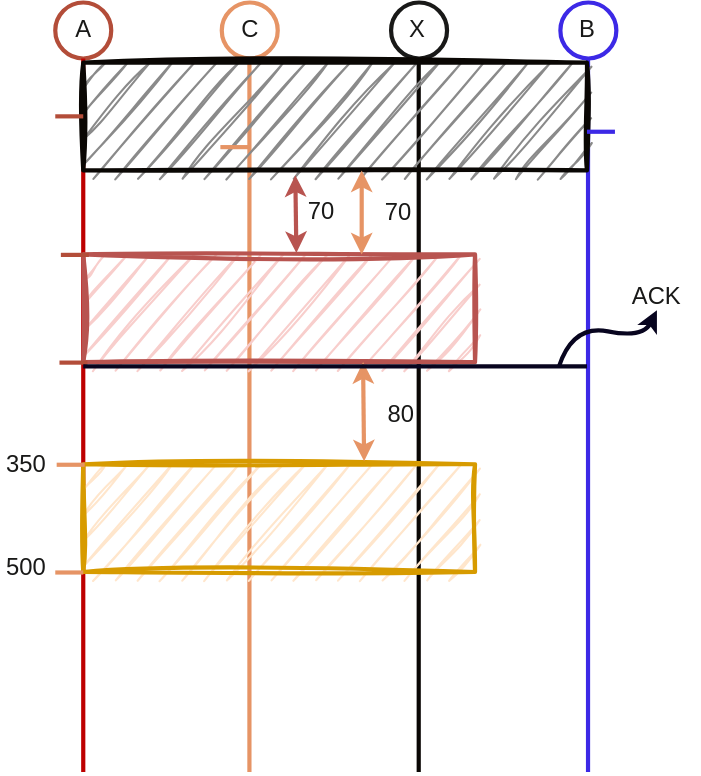
The draw.io diagram content/rc/assets/0005-CSMACAExercisePt5.svg in leic-pt/resumos-leic, before a commit. Source tidied: cells renumbered, new cells last; positions are measured from the earlier drawing's top-left corner, leaving out a move shared by most shapes.
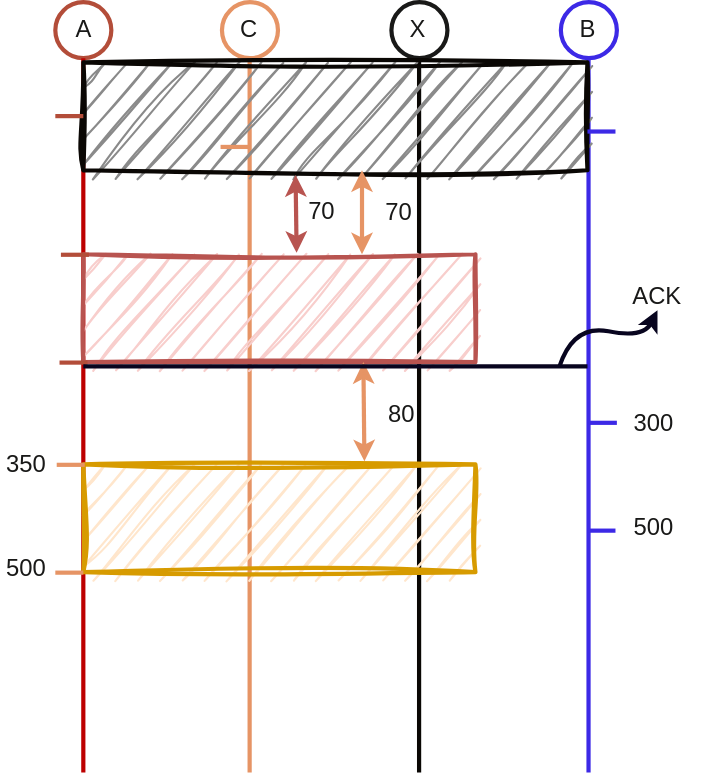
Later version of the same file.

Change to the diagram source:
```diff
@@ -26,50 +26,50 @@
     <mxCell id="9" value="&lt;font style=&quot;font-size: 17px;&quot; color=&quot;#191918&quot;&gt;X&lt;/font&gt;" style="text;html=1;strokeColor=none;fillColor=none;align=center;verticalAlign=middle;whiteSpace=wrap;rounded=0;glass=0;sketch=0;fillStyle=hachure;strokeWidth=3;fontColor=#D7092B;" parent="1" vertex="1">
       <mxGeometry x="282" y="5" width="30" height="30" as="geometry" />
     </mxCell>
-    <mxCell id="10" style="endArrow=none;html=1;rounded=0;strokeColor=#BD0000;strokeWidth=3;fontSize=17;fontColor=#191918;entryX=0.5;entryY=1;entryDx=0;entryDy=0;" parent="1" edge="1" target="4">
-      <mxGeometry relative="1" as="geometry">
-        <mxPoint x="58" y="550" as="sourcePoint" />
-      </mxGeometry>
-    </mxCell>
-    <mxCell id="11" style="endArrow=none;html=1;rounded=0;strokeColor=#E69465;strokeWidth=3;fontSize=17;fontColor=#191918;entryX=0.5;entryY=1;entryDx=0;entryDy=0;" parent="1" edge="1">
-      <mxGeometry relative="1" as="geometry">
-        <mxPoint x="176.8" y="550" as="sourcePoint" />
-        <mxPoint x="176.8" y="40" as="targetPoint" />
-      </mxGeometry>
-    </mxCell>
-    <mxCell id="12" style="endArrow=none;html=1;rounded=0;strokeColor=#0A0704;strokeWidth=3;fontSize=17;fontColor=#191918;entryX=0.5;entryY=1;entryDx=0;entryDy=0;" parent="1" edge="1">
-      <mxGeometry relative="1" as="geometry">
-        <mxPoint x="297.8" y="550" as="sourcePoint" />
-        <mxPoint x="297.8" y="40" as="targetPoint" />
-      </mxGeometry>
-    </mxCell>
-    <mxCell id="13" style="endArrow=none;html=1;rounded=0;strokeColor=#3C29E6;strokeWidth=3;fontSize=17;fontColor=#191918;entryX=0.5;entryY=1;entryDx=0;entryDy=0;" parent="1" edge="1">
-      <mxGeometry relative="1" as="geometry">
-        <mxPoint x="418.8" y="550" as="sourcePoint" />
-        <mxPoint x="418.8" y="40" as="targetPoint" />
-      </mxGeometry>
-    </mxCell>
+    <mxCell id="35" style="endArrow=none;html=1;rounded=0;strokeColor=#BD0000;strokeWidth=3;fontSize=17;fontColor=#191918;entryX=0.5;entryY=1;entryDx=0;entryDy=0;" parent="1" edge="1" target="4">
+      <mxGeometry relative="1" as="geometry">
+        <mxPoint x="58" y="550" as="sourcePoint" />
+      </mxGeometry>
+    </mxCell>
+    <mxCell id="36" style="endArrow=none;html=1;rounded=0;strokeColor=#E69465;strokeWidth=3;fontSize=17;fontColor=#191918;entryX=0.5;entryY=1;entryDx=0;entryDy=0;" parent="1" edge="1">
+      <mxGeometry relative="1" as="geometry">
+        <mxPoint x="176.8" y="550" as="sourcePoint" />
+        <mxPoint x="176.8" y="40" as="targetPoint" />
+      </mxGeometry>
+    </mxCell>
+    <mxCell id="37" style="endArrow=none;html=1;rounded=0;strokeColor=#0A0704;strokeWidth=3;fontSize=17;fontColor=#191918;entryX=0.5;entryY=1;entryDx=0;entryDy=0;" parent="1" edge="1">
+      <mxGeometry relative="1" as="geometry">
+        <mxPoint x="297.8" y="550" as="sourcePoint" />
+        <mxPoint x="297.8" y="40" as="targetPoint" />
+      </mxGeometry>
+    </mxCell>
+    <mxCell id="38" style="endArrow=none;html=1;rounded=0;strokeColor=#3C29E6;strokeWidth=3;fontSize=17;fontColor=#191918;entryX=0.5;entryY=1;entryDx=0;entryDy=0;" parent="1" edge="1">
+      <mxGeometry relative="1" as="geometry">
+        <mxPoint x="418.8" y="550" as="sourcePoint" />
+        <mxPoint x="418.8" y="40" as="targetPoint" />
+      </mxGeometry>
+    </mxCell>
     <mxCell id="14" style="rounded=0;whiteSpace=wrap;html=1;glass=0;sketch=1;fillStyle=hachure;strokeWidth=3;fontSize=17;curveFitting=1;jiggle=2;fillColor=#8A8A8A;strokeColor=#0A0704;" parent="1" vertex="1">
       <mxGeometry x="58" y="43" width="360" height="77" as="geometry" />
     </mxCell>
-    <mxCell id="15" style="endArrow=none;html=1;rounded=0;strokeColor=#B34D39;strokeWidth=3;fontSize=17;fontColor=#191918;" parent="1" edge="1">
-      <mxGeometry relative="1" as="geometry">
-        <mxPoint x="38" y="81.4" as="sourcePoint" />
-        <mxPoint x="58" y="81.4" as="targetPoint" />
-      </mxGeometry>
-    </mxCell>
-    <mxCell id="16" style="endArrow=none;html=1;rounded=0;strokeColor=#3C29E6;strokeWidth=3;fontSize=17;fontColor=#191918;" parent="1" edge="1">
-      <mxGeometry relative="1" as="geometry">
-        <mxPoint x="418" y="92.4" as="sourcePoint" />
-        <mxPoint x="438" y="92.4" as="targetPoint" />
-      </mxGeometry>
-    </mxCell>
-    <mxCell id="17" style="endArrow=none;html=1;rounded=0;strokeColor=#E69465;strokeWidth=3;fontSize=17;fontColor=#191918;" parent="1" edge="1">
-      <mxGeometry relative="1" as="geometry">
-        <mxPoint x="156" y="103.4" as="sourcePoint" />
-        <mxPoint x="176" y="103.4" as="targetPoint" />
-      </mxGeometry>
-    </mxCell>
+    <mxCell id="39" style="endArrow=none;html=1;rounded=0;strokeColor=#B34D39;strokeWidth=3;fontSize=17;fontColor=#191918;" parent="1" edge="1">
+      <mxGeometry relative="1" as="geometry">
+        <mxPoint x="38" y="81.4" as="sourcePoint" />
+        <mxPoint x="58" y="81.4" as="targetPoint" />
+      </mxGeometry>
+    </mxCell>
+    <mxCell id="40" style="endArrow=none;html=1;rounded=0;strokeColor=#3C29E6;strokeWidth=3;fontSize=17;fontColor=#191918;" parent="1" edge="1">
+      <mxGeometry relative="1" as="geometry">
+        <mxPoint x="418" y="92.4" as="sourcePoint" />
+        <mxPoint x="438" y="92.4" as="targetPoint" />
+      </mxGeometry>
+    </mxCell>
+    <mxCell id="41" style="endArrow=none;html=1;rounded=0;strokeColor=#E69465;strokeWidth=3;fontSize=17;fontColor=#191918;" parent="1" edge="1">
+      <mxGeometry relative="1" as="geometry">
+        <mxPoint x="156" y="103.4" as="sourcePoint" />
+        <mxPoint x="176" y="103.4" as="targetPoint" />
+      </mxGeometry>
+    </mxCell>
     <mxCell id="18" value="&lt;font style=&quot;font-size: 17px;&quot; color=&quot;#191918&quot;&gt;70&lt;/font&gt;" style="text;html=1;strokeColor=none;fillColor=none;align=center;verticalAlign=middle;whiteSpace=wrap;rounded=0;glass=0;sketch=0;fillStyle=hachure;strokeWidth=3;fontColor=#D7092B;" parent="1" vertex="1">
       <mxGeometry x="211" y="135" width="35" height="30" as="geometry" />
     </mxCell>
@@ -79,73 +79,91 @@
     <mxCell id="20" style="endArrow=classic;startArrow=classic;html=1;rounded=0;strokeColor=#b85450;strokeWidth=3;fontSize=17;fontColor=#191918;entryX=0.421;entryY=1.045;entryDx=0;entryDy=0;entryPerimeter=0;exitX=0.544;exitY=-0.013;exitDx=0;exitDy=0;exitPerimeter=0;fillColor=#f8cecc;" parent="1" edge="1" source="19" target="14">
       <mxGeometry relative="1" as="geometry" />
     </mxCell>
-    <mxCell id="21" style="endArrow=none;html=1;rounded=0;strokeColor=#B34D39;strokeWidth=3;fontSize=17;fontColor=#191918;" parent="1" edge="1">
-      <mxGeometry relative="1" as="geometry">
-        <mxPoint x="42" y="180.4" as="sourcePoint" />
-        <mxPoint x="62" y="180.4" as="targetPoint" />
-      </mxGeometry>
-    </mxCell>
-    <mxCell id="22" style="endArrow=none;html=1;rounded=0;strokeColor=#B34D39;strokeWidth=3;fontSize=17;fontColor=#191918;" parent="1" edge="1">
-      <mxGeometry relative="1" as="geometry">
-        <mxPoint x="41" y="257.4" as="sourcePoint" />
-        <mxPoint x="61" y="257.4" as="targetPoint" />
-      </mxGeometry>
-    </mxCell>
+    <mxCell id="42" style="endArrow=none;html=1;rounded=0;strokeColor=#B34D39;strokeWidth=3;fontSize=17;fontColor=#191918;" parent="1" edge="1">
+      <mxGeometry relative="1" as="geometry">
+        <mxPoint x="42" y="180.4" as="sourcePoint" />
+        <mxPoint x="62" y="180.4" as="targetPoint" />
+      </mxGeometry>
+    </mxCell>
+    <mxCell id="43" style="endArrow=none;html=1;rounded=0;strokeColor=#B34D39;strokeWidth=3;fontSize=17;fontColor=#191918;" parent="1" edge="1">
+      <mxGeometry relative="1" as="geometry">
+        <mxPoint x="41" y="257.4" as="sourcePoint" />
+        <mxPoint x="61" y="257.4" as="targetPoint" />
+      </mxGeometry>
+    </mxCell>
     <mxCell id="23" style="rounded=0;whiteSpace=wrap;html=1;glass=0;sketch=1;fillStyle=hachure;strokeWidth=3;fontSize=17;curveFitting=1;jiggle=2;fillColor=#ffe6cc;strokeColor=#d79b00;" parent="1" vertex="1">
       <mxGeometry x="58" y="330" width="280" height="77" as="geometry" />
     </mxCell>
     <mxCell id="24" value="&lt;font style=&quot;font-size: 17px;&quot; color=&quot;#191918&quot;&gt;80&lt;/font&gt;" style="text;html=1;strokeColor=none;fillColor=none;align=center;verticalAlign=middle;whiteSpace=wrap;rounded=0;glass=0;sketch=0;fillStyle=hachure;strokeWidth=3;fontColor=#D7092B;" parent="1" vertex="1">
       <mxGeometry x="267.5" y="280" width="35" height="30" as="geometry" />
     </mxCell>
-    <mxCell id="25" style="endArrow=classic;startArrow=classic;html=1;rounded=0;strokeColor=#E69465;strokeWidth=3;fontSize=17;fontColor=#191918;entryX=0.421;entryY=1.045;entryDx=0;entryDy=0;entryPerimeter=0;exitX=0.549;exitY=-0.028;exitDx=0;exitDy=0;exitPerimeter=0;fillColor=#ffe6cc;" parent="1" edge="1">
-      <mxGeometry relative="1" as="geometry">
-        <mxPoint x="258.7" y="327.8" as="sourcePoint" />
-        <mxPoint x="258" y="257" as="targetPoint" />
-      </mxGeometry>
-    </mxCell>
+    <mxCell id="44" style="endArrow=classic;startArrow=classic;html=1;rounded=0;strokeColor=#E69465;strokeWidth=3;fontSize=17;fontColor=#191918;entryX=0.421;entryY=1.045;entryDx=0;entryDy=0;entryPerimeter=0;exitX=0.549;exitY=-0.028;exitDx=0;exitDy=0;exitPerimeter=0;fillColor=#ffe6cc;" parent="1" edge="1">
+      <mxGeometry relative="1" as="geometry">
+        <mxPoint x="258.7" y="327.8" as="sourcePoint" />
+        <mxPoint x="258" y="257" as="targetPoint" />
+      </mxGeometry>
+    </mxCell>
     <mxCell id="26" value="&lt;font style=&quot;font-size: 17px;&quot; color=&quot;#191918&quot;&gt;70&lt;/font&gt;" style="text;html=1;strokeColor=none;fillColor=none;align=center;verticalAlign=middle;whiteSpace=wrap;rounded=0;glass=0;sketch=0;fillStyle=hachure;strokeWidth=3;fontColor=#D7092B;" parent="1" vertex="1">
       <mxGeometry x="265.5" y="136" width="35" height="30" as="geometry" />
     </mxCell>
-    <mxCell id="27" style="endArrow=classic;startArrow=classic;html=1;rounded=0;strokeColor=#E69465;strokeWidth=3;fontSize=17;fontColor=#191918;fillColor=#ffe6cc;" parent="1" edge="1">
-      <mxGeometry relative="1" as="geometry">
-        <mxPoint x="257" y="180" as="sourcePoint" />
-        <mxPoint x="257" y="120" as="targetPoint" />
-      </mxGeometry>
-    </mxCell>
+    <mxCell id="45" style="endArrow=classic;startArrow=classic;html=1;rounded=0;strokeColor=#E69465;strokeWidth=3;fontSize=17;fontColor=#191918;fillColor=#ffe6cc;" parent="1" edge="1">
+      <mxGeometry relative="1" as="geometry">
+        <mxPoint x="257" y="180" as="sourcePoint" />
+        <mxPoint x="257" y="120" as="targetPoint" />
+      </mxGeometry>
+    </mxCell>
     <mxCell id="28" value="&lt;font style=&quot;font-size: 17px;&quot; color=&quot;#191918&quot;&gt;350&lt;br&gt;&lt;/font&gt;" style="text;html=1;strokeColor=none;fillColor=none;align=center;verticalAlign=middle;whiteSpace=wrap;rounded=0;glass=0;sketch=0;fillStyle=hachure;strokeWidth=3;fontColor=#D7092B;" parent="1" vertex="1">
       <mxGeometry y="316" width="35" height="30" as="geometry" />
     </mxCell>
     <mxCell id="29" value="&lt;font style=&quot;font-size: 17px;&quot; color=&quot;#191918&quot;&gt;500&lt;/font&gt;" style="text;html=1;strokeColor=none;fillColor=none;align=center;verticalAlign=middle;whiteSpace=wrap;rounded=0;glass=0;sketch=0;fillStyle=hachure;strokeWidth=3;fontColor=#D7092B;" parent="1" vertex="1">
       <mxGeometry y="390" width="35" height="30" as="geometry" />
     </mxCell>
-    <mxCell id="30" style="endArrow=none;html=1;rounded=0;strokeColor=#E69465;strokeWidth=3;fontSize=17;fontColor=#191918;" parent="1" edge="1">
-      <mxGeometry relative="1" as="geometry">
-        <mxPoint x="39" y="330.4" as="sourcePoint" />
-        <mxPoint x="59" y="330.4" as="targetPoint" />
-      </mxGeometry>
-    </mxCell>
-    <mxCell id="31" style="endArrow=none;html=1;rounded=0;strokeColor=#E69465;strokeWidth=3;fontSize=17;fontColor=#191918;" parent="1" edge="1">
-      <mxGeometry relative="1" as="geometry">
-        <mxPoint x="38" y="407.4" as="sourcePoint" />
-        <mxPoint x="58" y="407.4" as="targetPoint" />
-      </mxGeometry>
-    </mxCell>
-    <mxCell id="32" style="endArrow=none;html=1;rounded=0;strokeColor=#08051F;strokeWidth=3;fontSize=17;fontColor=#191918;" parent="1" edge="1">
-      <mxGeometry relative="1" as="geometry">
-        <mxPoint x="58" y="260" as="sourcePoint" />
-        <mxPoint x="418" y="260" as="targetPoint" />
-      </mxGeometry>
-    </mxCell>
-    <mxCell id="33" style="curved=1;endArrow=classic;html=1;rounded=0;strokeColor=#08051F;strokeWidth=3;fontSize=17;fontColor=#191918;" parent="1" edge="1">
-      <mxGeometry relative="1" as="geometry">
-        <mxPoint x="398" y="260" as="sourcePoint" />
-        <mxPoint x="468" y="220" as="targetPoint" />
-        <Array as="points">
-          <mxPoint x="408" y="230" />
-          <mxPoint x="458" y="240" />
-        </Array>
-      </mxGeometry>
-    </mxCell>
+    <mxCell id="46" style="endArrow=none;html=1;rounded=0;strokeColor=#E69465;strokeWidth=3;fontSize=17;fontColor=#191918;" parent="1" edge="1">
+      <mxGeometry relative="1" as="geometry">
+        <mxPoint x="39" y="330.4" as="sourcePoint" />
+        <mxPoint x="59" y="330.4" as="targetPoint" />
+      </mxGeometry>
+    </mxCell>
+    <mxCell id="47" style="endArrow=none;html=1;rounded=0;strokeColor=#E69465;strokeWidth=3;fontSize=17;fontColor=#191918;" parent="1" edge="1">
+      <mxGeometry relative="1" as="geometry">
+        <mxPoint x="38" y="407.4" as="sourcePoint" />
+        <mxPoint x="58" y="407.4" as="targetPoint" />
+      </mxGeometry>
+    </mxCell>
+    <mxCell id="48" style="endArrow=none;html=1;rounded=0;strokeColor=#3C29E6;strokeWidth=3;fontSize=17;fontColor=#191918;" parent="1" edge="1">
+      <mxGeometry relative="1" as="geometry">
+        <mxPoint x="419" y="300.4" as="sourcePoint" />
+        <mxPoint x="439" y="300.4" as="targetPoint" />
+      </mxGeometry>
+    </mxCell>
+    <mxCell id="49" style="endArrow=none;html=1;rounded=0;strokeColor=#3C29E6;strokeWidth=3;fontSize=17;fontColor=#191918;" parent="1" edge="1">
+      <mxGeometry relative="1" as="geometry">
+        <mxPoint x="418" y="377.4" as="sourcePoint" />
+        <mxPoint x="438" y="377.4" as="targetPoint" />
+      </mxGeometry>
+    </mxCell>
+    <mxCell id="50" value="&lt;font style=&quot;font-size: 17px;&quot; color=&quot;#191918&quot;&gt;300&lt;br&gt;&lt;/font&gt;" style="text;html=1;strokeColor=none;fillColor=none;align=center;verticalAlign=middle;whiteSpace=wrap;rounded=0;glass=0;sketch=0;fillStyle=hachure;strokeWidth=3;fontColor=#D7092B;" parent="1" vertex="1">
+      <mxGeometry x="448" y="286.5" width="35" height="30" as="geometry" />
+    </mxCell>
+    <mxCell id="51" value="&lt;font style=&quot;font-size: 17px;&quot; color=&quot;#191918&quot;&gt;500&lt;/font&gt;" style="text;html=1;strokeColor=none;fillColor=none;align=center;verticalAlign=middle;whiteSpace=wrap;rounded=0;glass=0;sketch=0;fillStyle=hachure;strokeWidth=3;fontColor=#D7092B;" parent="1" vertex="1">
+      <mxGeometry x="448" y="360.5" width="35" height="30" as="geometry" />
+    </mxCell>
+    <mxCell id="52" style="endArrow=none;html=1;rounded=0;strokeColor=#08051F;strokeWidth=3;fontSize=17;fontColor=#191918;" parent="1" edge="1">
+      <mxGeometry relative="1" as="geometry">
+        <mxPoint x="58" y="260" as="sourcePoint" />
+        <mxPoint x="418" y="260" as="targetPoint" />
+      </mxGeometry>
+    </mxCell>
+    <mxCell id="53" style="curved=1;endArrow=classic;html=1;rounded=0;strokeColor=#08051F;strokeWidth=3;fontSize=17;fontColor=#191918;" parent="1" edge="1">
+      <mxGeometry relative="1" as="geometry">
+        <mxPoint x="398" y="260" as="sourcePoint" />
+        <mxPoint x="468" y="220" as="targetPoint" />
+        <Array as="points">
+          <mxPoint x="408" y="230" />
+          <mxPoint x="458" y="240" />
+        </Array>
+      </mxGeometry>
+    </mxCell>
     <mxCell id="34" value="ACK" style="text;html=1;strokeColor=none;fillColor=none;align=center;verticalAlign=middle;whiteSpace=wrap;rounded=0;glass=0;sketch=1;fillStyle=auto;strokeWidth=3;fontSize=17;fontColor=#191918;" parent="1" vertex="1">
       <mxGeometry x="438" y="196" width="60" height="30" as="geometry" />
     </mxCell>
```
